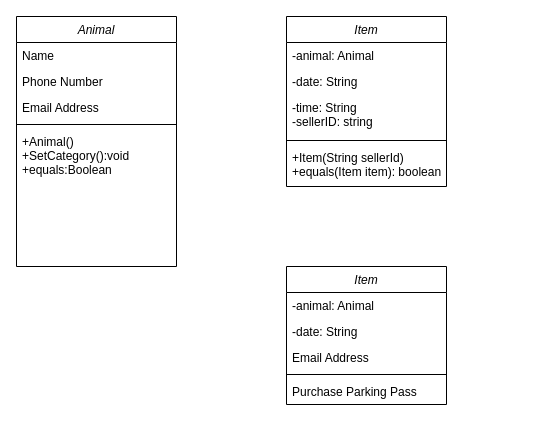
The draw.io diagram Diagram/ Analys_reflektion.drawio in GitoPot/Analys_reflektion, before the edit. Source tidied: cells renumbered, new cells numbered last; positions are measured from the earlier drawing's top-left corner, leaving out a move shared by most shapes. Both pictures are drawn from the tidied source at 100%, with x=0, y=0 at pixel (16, 16).
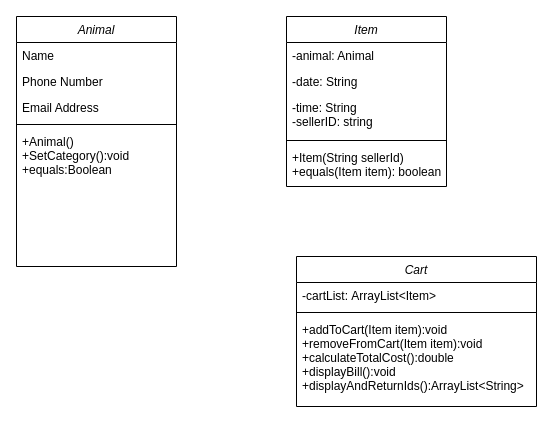
The same page after the edit.

What changed in the source:
```diff
@@
 <mxGraphModel>
   <root>
     <mxCell id="0" />
     <mxCell id="1" parent="0" />
     <mxCell id="2" value="Animal" style="swimlane;fontStyle=2;align=center;verticalAlign=top;horizontal=1;startSize=26;rounded=0;shadow=0;strokeWidth=1;labelBackgroundColor=default;" parent="1" vertex="1">
       <mxGeometry width="160" height="250" as="geometry" />
     </mxCell>
     <mxCell id="3" value="Name" style="text;align=left;verticalAlign=top;spacingLeft=4;spacingRight=4;overflow=hidden;" parent="2" vertex="1">
       <mxGeometry y="26" width="160" height="26" as="geometry" />
     </mxCell>
     <mxCell id="4" value="Phone Number" style="text;align=left;verticalAlign=top;spacingLeft=4;spacingRight=4;overflow=hidden;rounded=0;shadow=0;html=0;" parent="2" vertex="1">
       <mxGeometry y="52" width="160" height="26" as="geometry" />
     </mxCell>
     <mxCell id="5" value="Email Address" style="text;align=left;verticalAlign=top;spacingLeft=4;spacingRight=4;overflow=hidden;rounded=0;shadow=0;html=0;" parent="2" vertex="1">
       <mxGeometry y="78" width="160" height="26" as="geometry" />
     </mxCell>
     <mxCell id="6" style="line;html=1;strokeWidth=1;align=left;verticalAlign=middle;spacingTop=-1;spacingLeft=3;spacingRight=3;labelPosition=right;" parent="2" vertex="1">
       <mxGeometry y="104" width="160" height="8" as="geometry" />
     </mxCell>
     <mxCell id="7" value="+Animal()&#10;+SetCategory():void&#10;+equals:Boolean&#10;" style="text;align=left;verticalAlign=top;spacingLeft=4;spacingRight=4;overflow=hidden;" parent="2" vertex="1">
       <mxGeometry y="112" width="160" height="138" as="geometry" />
     </mxCell>
     <mxCell id="8" value="Item" style="swimlane;fontStyle=2;align=center;verticalAlign=top;horizontal=1;startSize=26;rounded=0;shadow=0;strokeWidth=1;" parent="1" vertex="1">
       <mxGeometry x="270" width="160" height="170" as="geometry" />
     </mxCell>
     <mxCell id="9" value="-animal: Animal" style="text;align=left;verticalAlign=top;spacingLeft=4;spacingRight=4;overflow=hidden;" parent="8" vertex="1">
       <mxGeometry y="26" width="160" height="26" as="geometry" />
     </mxCell>
     <mxCell id="10" value="-date: String" style="text;align=left;verticalAlign=top;spacingLeft=4;spacingRight=4;overflow=hidden;rounded=0;shadow=0;html=0;" parent="8" vertex="1">
       <mxGeometry y="52" width="160" height="26" as="geometry" />
     </mxCell>
     <mxCell id="11" value="-time: String&#10;-sellerID: string&#10;" style="text;align=left;verticalAlign=top;spacingLeft=4;spacingRight=4;overflow=hidden;rounded=0;shadow=0;html=0;" parent="8" vertex="1">
       <mxGeometry y="78" width="160" height="42" as="geometry" />
     </mxCell>
     <mxCell id="12" style="line;html=1;strokeWidth=1;align=left;verticalAlign=middle;spacingTop=-1;spacingLeft=3;spacingRight=3;labelPosition=right;" parent="8" vertex="1">
       <mxGeometry y="120" width="160" height="8" as="geometry" />
     </mxCell>
     <mxCell id="13" value="+Item(String sellerId)&#10;+equals(Item item): boolean" style="text;align=left;verticalAlign=top;spacingLeft=4;spacingRight=4;overflow=hidden;" parent="8" vertex="1">
       <mxGeometry y="128" width="160" height="42" as="geometry" />
     </mxCell>
-    <mxCell id="14" value="Item" style="swimlane;fontStyle=2;align=center;verticalAlign=top;horizontal=1;startSize=26;rounded=0;shadow=0;strokeWidth=1;" parent="1" vertex="1">
-      <mxGeometry x="270" y="250" width="160" height="138" as="geometry" />
+    <mxCell id="14" value="Cart" style="swimlane;fontStyle=2;align=center;verticalAlign=top;horizontal=1;startSize=26;rounded=0;shadow=0;strokeWidth=1;" parent="1" vertex="1">
+      <mxGeometry x="280" y="240" width="240" height="150" as="geometry" />
     </mxCell>
-    <mxCell id="15" value="-animal: Animal" style="text;align=left;verticalAlign=top;spacingLeft=4;spacingRight=4;overflow=hidden;" parent="14" vertex="1">
-      <mxGeometry y="26" width="160" height="26" as="geometry" />
+    <mxCell id="15" value="-cartList: ArrayList&lt;Item&gt;" style="text;align=left;verticalAlign=top;spacingLeft=4;spacingRight=4;overflow=hidden;" parent="14" vertex="1">
+      <mxGeometry y="26" width="240" height="26" as="geometry" />
     </mxCell>
-    <mxCell id="16" value="-date: String" style="text;align=left;verticalAlign=top;spacingLeft=4;spacingRight=4;overflow=hidden;rounded=0;shadow=0;html=0;" parent="14" vertex="1">
-      <mxGeometry y="52" width="160" height="26" as="geometry" />
-    </mxCell>
-    <mxCell id="17" value="Email Address" style="text;align=left;verticalAlign=top;spacingLeft=4;spacingRight=4;overflow=hidden;rounded=0;shadow=0;html=0;" parent="14" vertex="1">
-      <mxGeometry y="78" width="160" height="26" as="geometry" />
-    </mxCell>
     <mxCell id="18" style="line;html=1;strokeWidth=1;align=left;verticalAlign=middle;spacingTop=-1;spacingLeft=3;spacingRight=3;labelPosition=right;" parent="14" vertex="1">
-      <mxGeometry y="104" width="160" height="8" as="geometry" />
+      <mxGeometry y="52" width="240" height="8" as="geometry" />
     </mxCell>
-    <mxCell id="19" value="Purchase Parking Pass" style="text;align=left;verticalAlign=top;spacingLeft=4;spacingRight=4;overflow=hidden;" parent="14" vertex="1">
-      <mxGeometry y="112" width="160" height="26" as="geometry" />
+    <mxCell id="19" value="+addToCart(Item item):void&#10;+removeFromCart(Item item):void&#10;+calculateTotalCost():double&#10;+displayBill():void&#10;+displayAndReturnIds():ArrayList&lt;String&gt;" style="text;align=left;verticalAlign=top;spacingLeft=4;spacingRight=4;overflow=hidden;" parent="14" vertex="1">
+      <mxGeometry y="60" width="240" height="80" as="geometry" />
     </mxCell>
   </root>
 </mxGraphModel>
```
